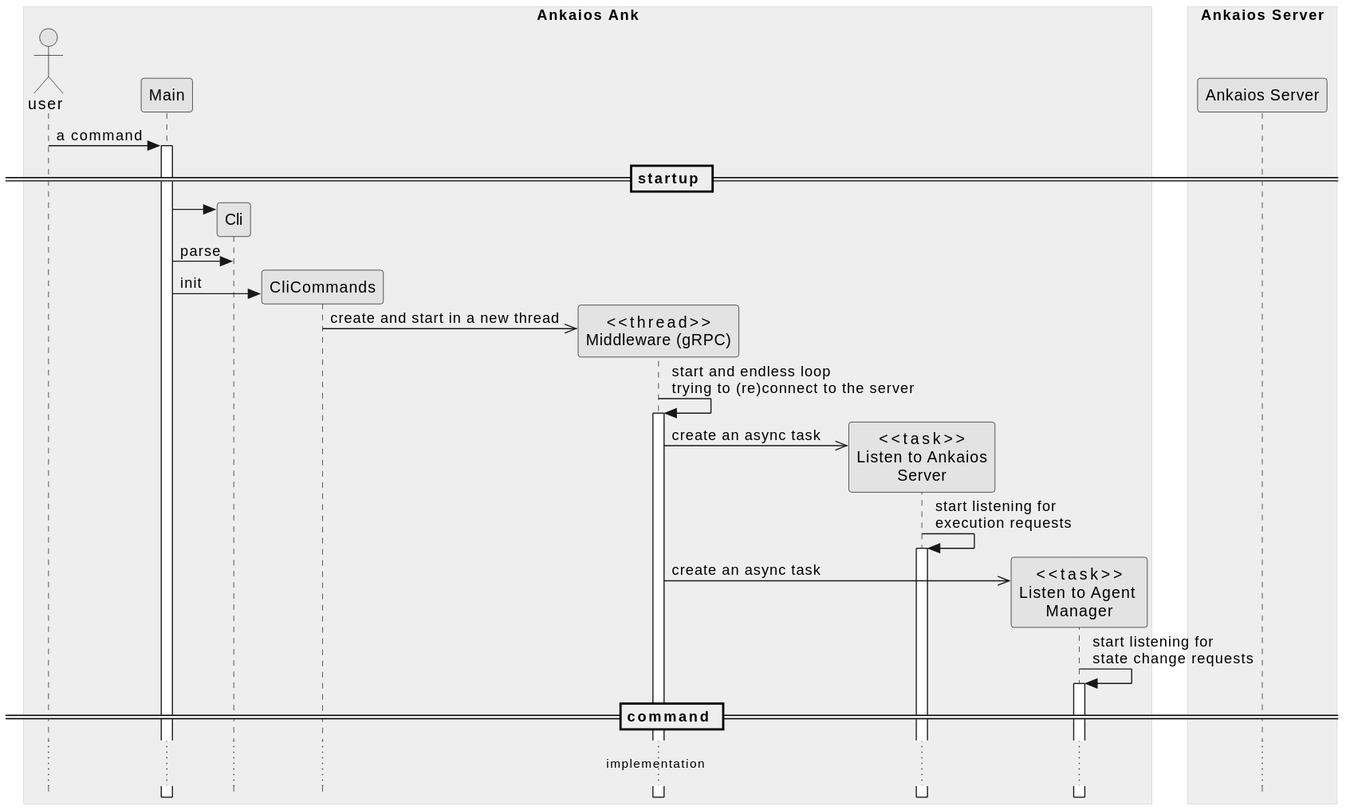
Earlier version of the PlantUML export ank/doc/swdesign/plantuml/seq_cmd_startup.svg (eclipse-ankaios/ankaios).
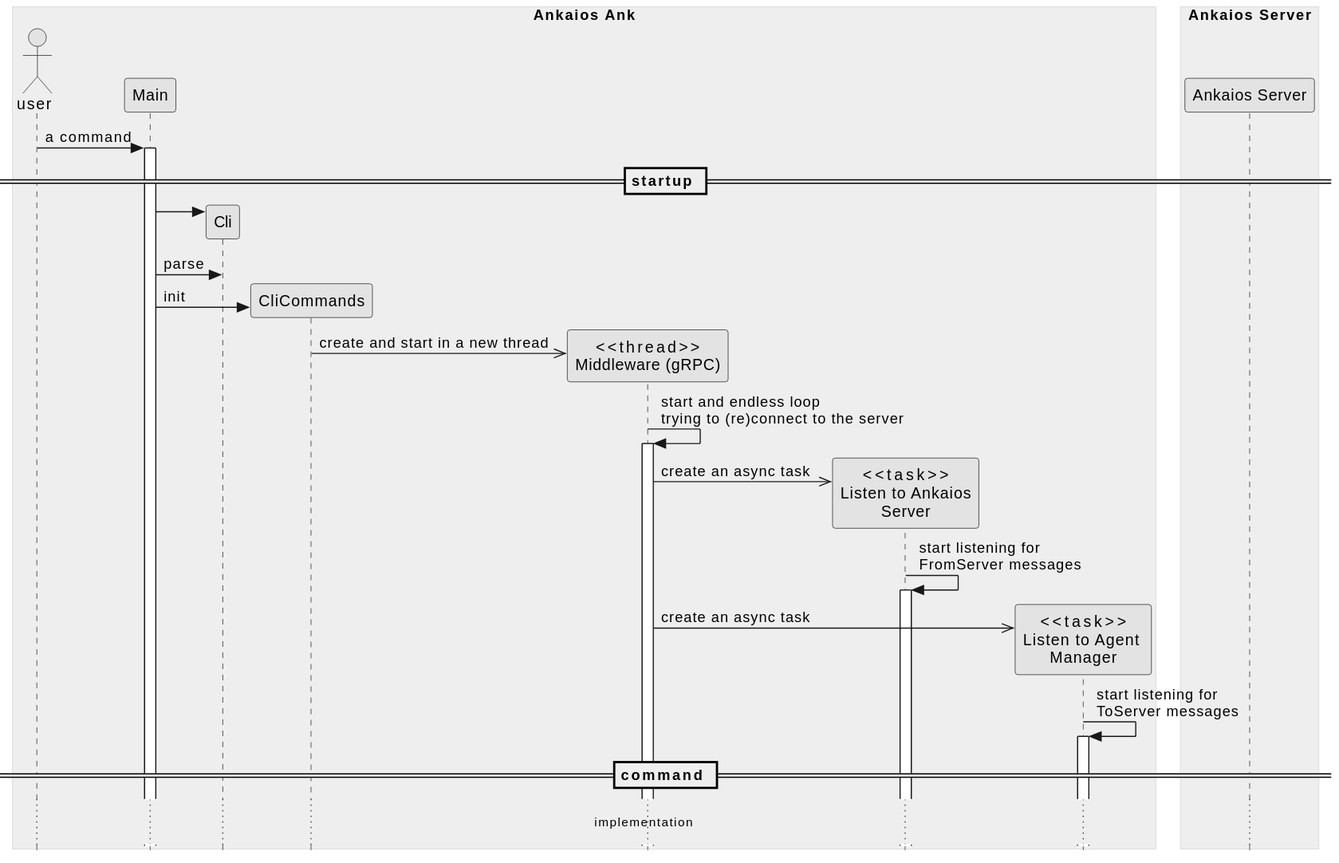
Later version of the same file.

Diff of the diagram source:
```diff
@@ -1,5 +1,5 @@
 @startuml seq_cmd_startup
-!include ../../../../doc/plantuml/clean.skin
+!include ../../../../resources/doc/plantuml/clean.skin
 
 box "Ankaios Ank"
     actor "user" as user
@@ -26,10 +26,10 @@
 
 grpc_client -> grpc_client ++: start and endless loop \ntrying to (re)connect to the server
 grpc_client ->> listen_to_server **: create an async task
-listen_to_server -> listen_to_server ++: start listening for \nexecution requests
+listen_to_server -> listen_to_server ++: start listening for \nFromServer messages
 
 grpc_client ->> listen_to_manager **: create an async task
-listen_to_manager -> listen_to_manager ++: start listening for \nstate change requests
+listen_to_manager -> listen_to_manager ++: start listening for \nToServer messages
 
 == command ==
 
```
